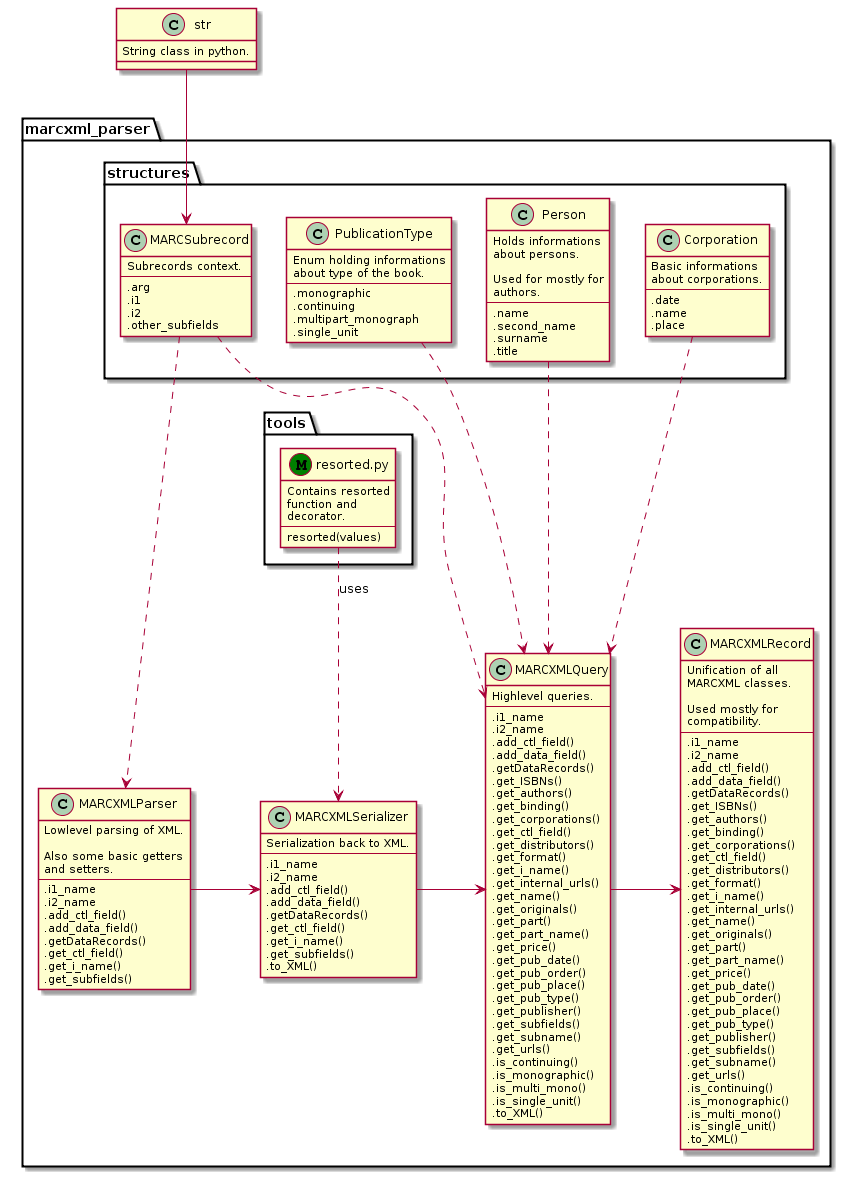
This is docs/_static/class_relations.png from edeposit/marcxml_parser, a PlantUML export, as it was before one commit.
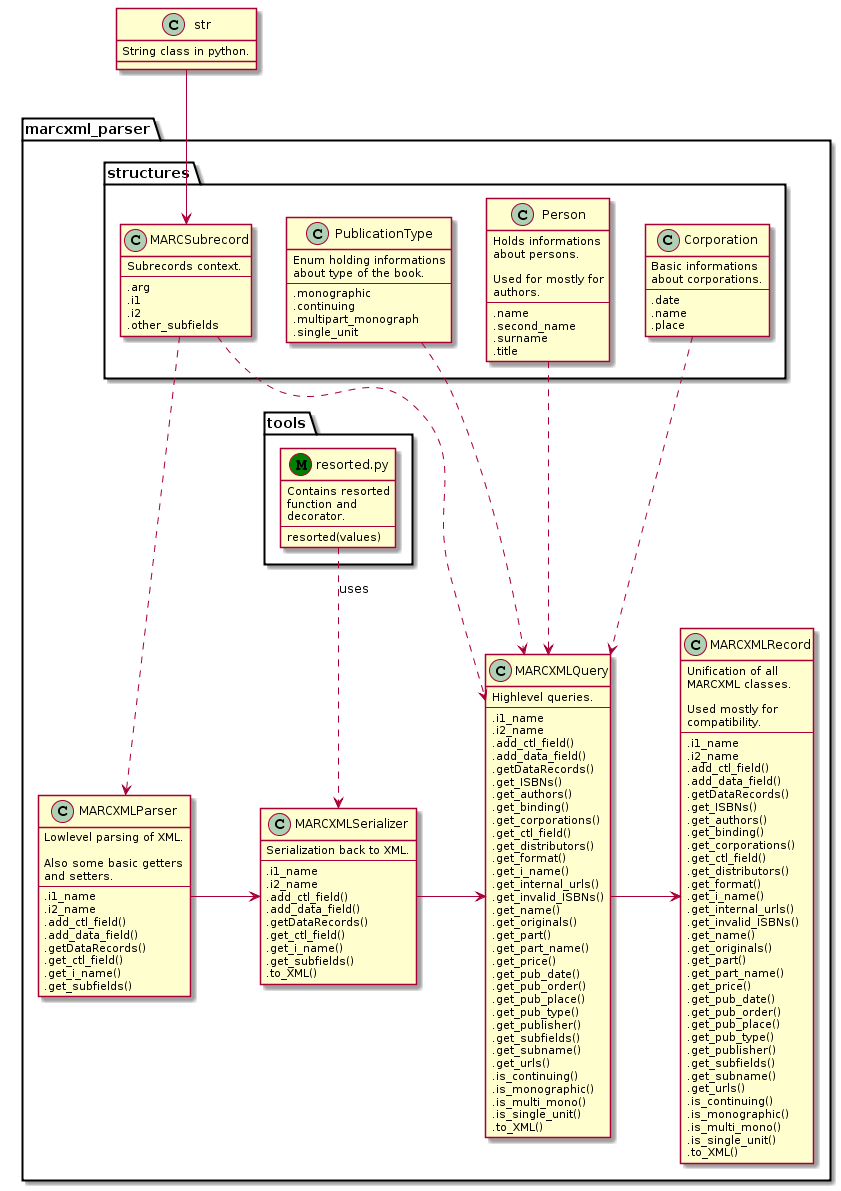
Above is the later version.

What changed in the source:
```diff
@@ -101,6 +101,7 @@
         .get_format()
         .get_i_name()
         .get_internal_urls()
+        .get_invalid_ISBNs()
         .get_name()
         .get_originals()
         .get_part()
@@ -141,6 +142,7 @@
         .get_format()
         .get_i_name()
         .get_internal_urls()
+        .get_invalid_ISBNs()
         .get_name()
         .get_originals()
         .get_part()
```
